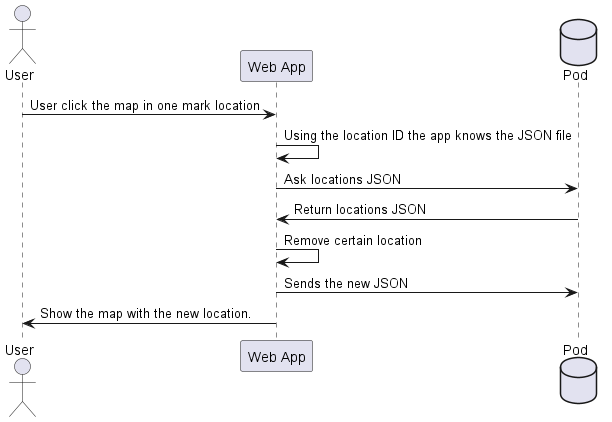
The PlantUML diagram images/sequencediagram-editingsavedlocations.png in Arquisoft/lomap_es3a, before a commit.
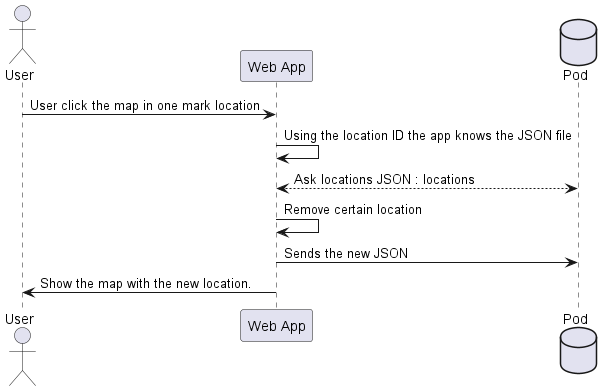
Later version of the same file.

Change to the diagram source:
```diff
@@ -4,8 +4,7 @@
 database Pod as "Pod"
 User-> W: User click the map in one mark location
 W -> W: Using the location ID the app knows the JSON file
-W ->Pod: Ask locations JSON
-Pod-> W: Return locations JSON
+W <-->Pod: Ask locations JSON : locations
 W -> W: Remove certain location
 W ->Pod: Sends the new JSON
 W ->User: Show the map with the new location.
```
